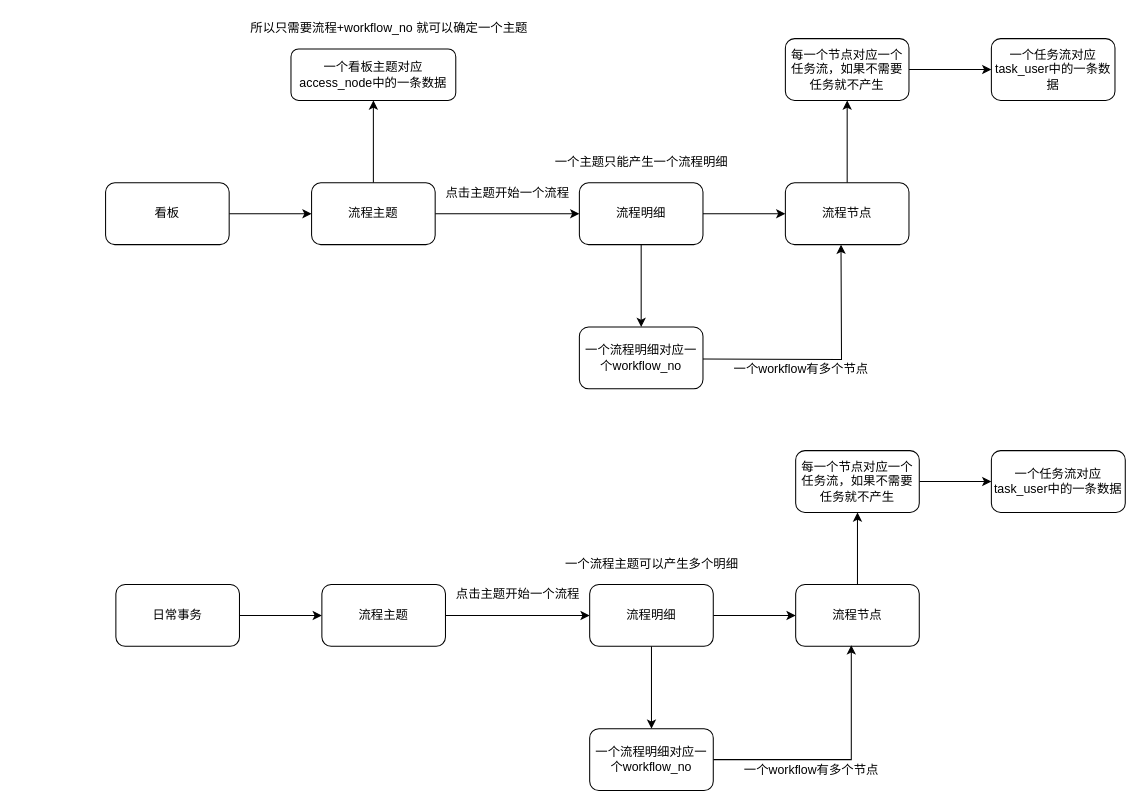
Earlier version of the draw.io diagram 游梯流程/流程关系图.drawio (Sup-W/flow-diagram). Source tidied: cells renumbered, new cells numbered last; positions are measured from the earlier drawing's top-left corner, leaving out a move shared by most shapes. Both pictures are drawn from the tidied source at 103%, with x=0, y=0 at pixel (105, 18).
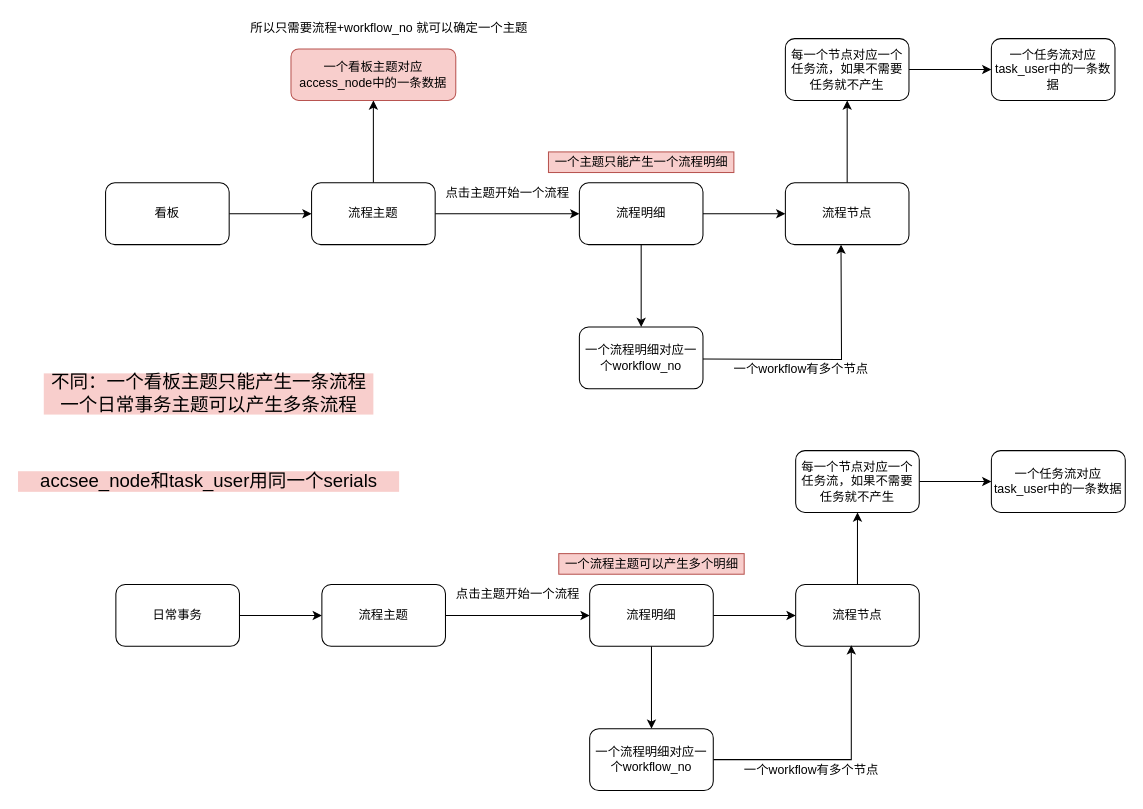
After the change.

Commit message:
Update 流程关系图.drawio

Diff of the diagram source:
```diff
@@
-    <mxCell id="15" value="一个主题只能产生一个流程明细" style="text;html=1;align=center;verticalAlign=middle;" parent="1" vertex="1">
+    <mxCell id="15" value="一个主题只能产生一个流程明细" style="text;html=1;align=center;verticalAlign=middle;fillColor=#f8cecc;strokeColor=#b85450;" parent="1" vertex="1">
       <mxGeometry x="430" y="130" width="180" height="20" as="geometry" />
     </mxCell>
@@
-    <mxCell id="27" value="一个流程主题可以产生多个明细" style="text;html=1;align=center;verticalAlign=middle;" parent="1" vertex="1">
+    <mxCell id="27" value="一个流程主题可以产生多个明细" style="text;html=1;align=center;verticalAlign=middle;fillColor=#f8cecc;strokeColor=#b85450;" parent="1" vertex="1">
       <mxGeometry x="440" y="520" width="180" height="20" as="geometry" />
     </mxCell>
-    <mxCell id="28" value="一个看板主题对应access_node中的一条数据" style="whiteSpace=wrap;html=1;rounded=1;" parent="1" vertex="1">
+    <mxCell id="28" value="一个看板主题对应access_node中的一条数据" style="whiteSpace=wrap;html=1;rounded=1;fillColor=#f8cecc;strokeColor=#b85450;" parent="1" vertex="1">
       <mxGeometry x="180" y="30" width="160" height="50" as="geometry" />
     </mxCell>
@@
+    <mxCell id="39" value="&lt;font style=&quot;font-size: 18px&quot;&gt;不同：一个看板主题只能产生一条流程&lt;br&gt;一个日常事务主题可以产生多条流程&lt;/font&gt;" style="text;html=1;align=center;verticalAlign=middle;fillColor=#f8cecc;" parent="1" vertex="1">
+      <mxGeometry x="-60" y="345" width="320" height="40" as="geometry" />
+    </mxCell>
+    <mxCell id="40" value="&lt;font style=&quot;font-size: 18px&quot;&gt;accsee_node和task_user用同一个serials&lt;/font&gt;" style="text;html=1;align=center;verticalAlign=middle;fillColor=#f8cecc;" parent="1" vertex="1">
+      <mxGeometry x="-85" y="440" width="370" height="20" as="geometry" />
+    </mxCell>
```
